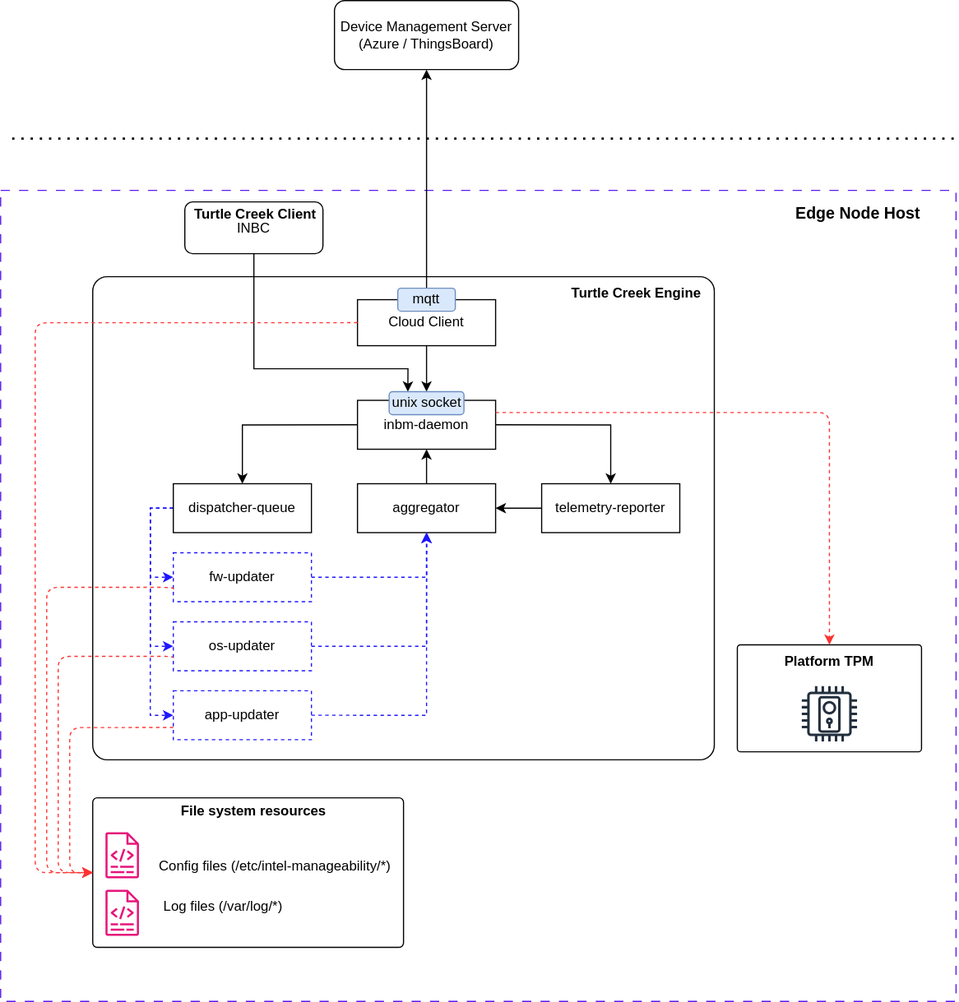
This is INBMv5-architecture.svg from intel/intel-inb-manageability, a draw.io export, as it was before one commit. Source tidied: cells renumbered, new cells last; positions are measured from the earlier drawing's top-left corner, leaving out a move shared by most shapes.
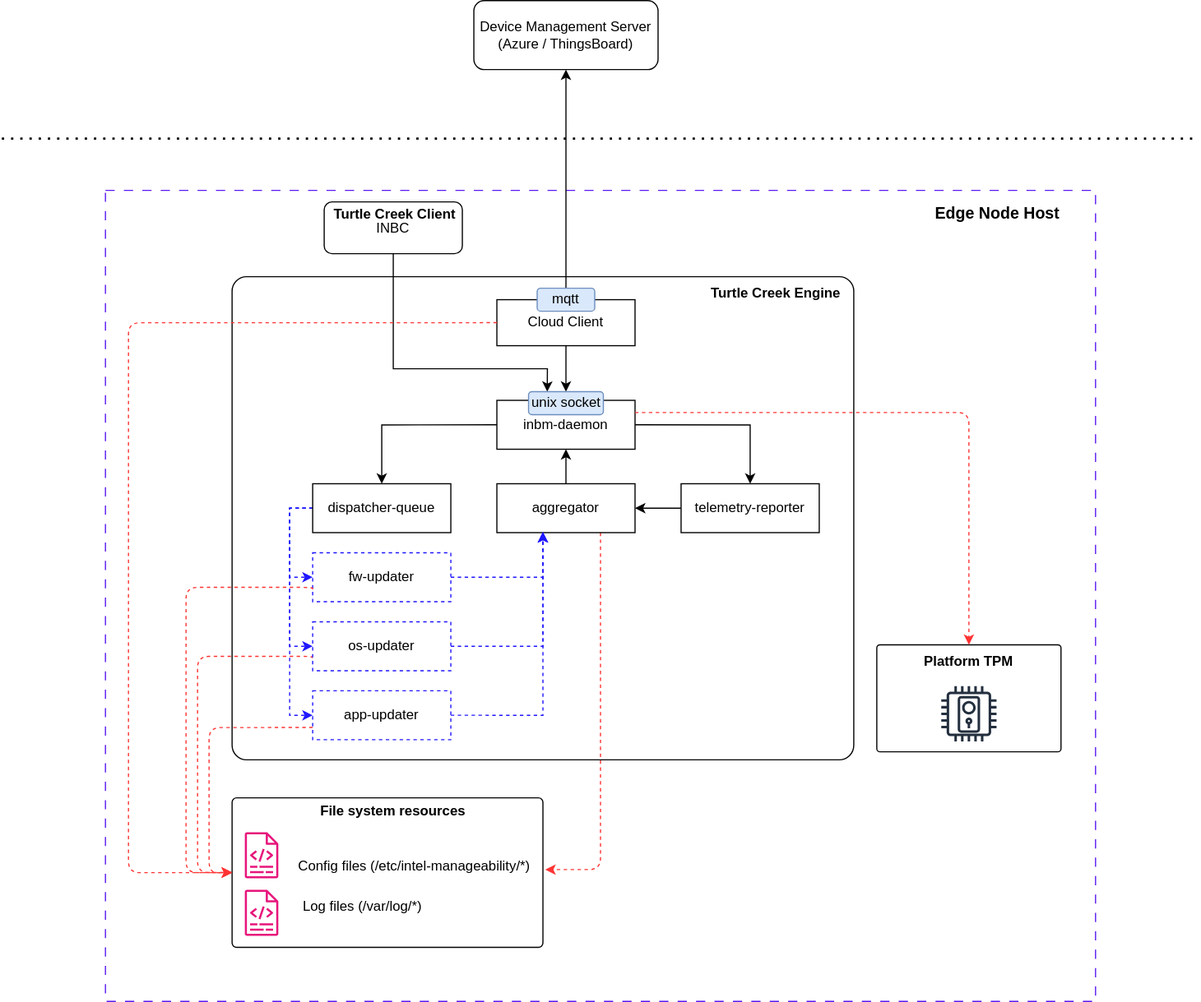
The same file after the commit.

Diff of the diagram source:
```diff
@@ -3,7 +3,7 @@
     <mxCell id="0" />
     <mxCell id="1" parent="0" />
     <mxCell id="2" style="shape=mxgraph.basic.rect;&#10;fillColor=none;&#10;strokeColor=#000000;&#10;strokeWidth=1;&#10;strokeDasharray=5,5;dashed=1;dashPattern=8 8;strokeColor=light-dark(#5918f2, #ededed);" parent="1" vertex="1">
-      <mxGeometry y="165" width="830" height="705" as="geometry" />
+      <mxGeometry x="-30" y="165" width="860" height="705" as="geometry" />
     </mxCell>
     <mxCell id="3" style="rounded=1;whiteSpace=wrap;html=1;arcSize=3;" parent="1" vertex="1">
       <mxGeometry x="80" y="240" width="540" height="420" as="geometry" />
@@ -13,8 +13,8 @@
     </mxCell>
     <mxCell id="5" style="endArrow=none;dashed=1;html=1;dashPattern=1 3;strokeWidth=2;rounded=0;" parent="1" edge="1">
       <mxGeometry relative="1" as="geometry">
-        <mxPoint x="10" y="120" as="sourcePoint" />
-        <mxPoint x="830" y="120" as="targetPoint" />
+        <mxPoint x="-120" y="120" as="sourcePoint" />
+        <mxPoint x="920" y="120" as="targetPoint" />
       </mxGeometry>
     </mxCell>
     <mxCell id="6" value="Turtle Creek Engine" style="text;html=1;align=center;verticalAlign=middle;whiteSpace=wrap;rounded=0;fontStyle=1;" parent="1" vertex="1">
@@ -52,6 +52,13 @@
     <mxCell id="15" style="edgeStyle=orthogonalEdgeStyle;rounded=0;jettySize=auto;html=1;exitX=0;exitY=0.5;exitDx=0;exitDy=0;entryX=0.5;entryY=0;entryDx=0;entryDy=0;" parent="1" edge="1" source="16" target="21">
       <mxGeometry relative="1" as="geometry" />
     </mxCell>
+    <mxCell id="49" style="edgeStyle=orthogonalEdgeStyle;rounded=1;jettySize=auto;html=1;exitX=0.75;exitY=1;exitDx=0;exitDy=0;curved=0;dashed=1;strokeColor=#FF3333;entryX=1.054;entryY=0.58;entryDx=0;entryDy=0;entryPerimeter=0;" parent="1" edge="1" source="23" target="40">
+      <mxGeometry relative="1" as="geometry">
+        <Array as="points">
+          <mxPoint x="400" y="755" />
+        </Array>
+      </mxGeometry>
+    </mxCell>
     <mxCell id="16" value="inbm-daemon" style="rounded=0;whiteSpace=wrap;html=1;" parent="1" vertex="1">
       <mxGeometry x="310" y="347.5" width="120" height="42.5" as="geometry" />
     </mxCell>
@@ -108,14 +115,32 @@
     <mxCell id="30" value="app-updater" style="rounded=0;whiteSpace=wrap;html=1;dashed=1;strokeColor=light-dark(#1F17FF,#EDEDED);" parent="1" vertex="1">
       <mxGeometry x="150" y="600" width="120" height="42.5" as="geometry" />
     </mxCell>
-    <mxCell id="31" style="edgeStyle=orthogonalEdgeStyle;rounded=0;jettySize=auto;html=1;exitX=1;exitY=0.5;exitDx=0;exitDy=0;entryX=0.5;entryY=1;entryDx=0;entryDy=0;dashed=1;strokeColor=#1F17FF;" parent="1" edge="1" source="26" target="23">
-      <mxGeometry relative="1" as="geometry" />
+    <mxCell id="31" style="edgeStyle=orthogonalEdgeStyle;rounded=0;jettySize=auto;html=1;exitX=1;exitY=0.5;exitDx=0;exitDy=0;dashed=1;strokeColor=#1F17FF;" parent="1" edge="1" source="26">
+      <mxGeometry relative="1" as="geometry">
+        <mxPoint x="350" y="463" as="targetPoint" />
+        <Array as="points">
+          <mxPoint x="350" y="501" />
+          <mxPoint x="350" y="462" />
+        </Array>
+      </mxGeometry>
     </mxCell>
-    <mxCell id="32" style="edgeStyle=orthogonalEdgeStyle;rounded=0;jettySize=auto;html=1;exitX=1;exitY=0.5;exitDx=0;exitDy=0;entryX=0.5;entryY=1;entryDx=0;entryDy=0;dashed=1;strokeColor=#1F17FF;" parent="1" edge="1" source="28" target="23">
-      <mxGeometry relative="1" as="geometry" />
+    <mxCell id="32" style="edgeStyle=orthogonalEdgeStyle;rounded=0;jettySize=auto;html=1;exitX=1;exitY=0.5;exitDx=0;exitDy=0;dashed=1;strokeColor=#1F17FF;" parent="1" edge="1" source="28">
+      <mxGeometry relative="1" as="geometry">
+        <mxPoint x="350" y="463" as="targetPoint" />
+        <Array as="points">
+          <mxPoint x="350" y="561" />
+          <mxPoint x="350" y="462" />
+        </Array>
+      </mxGeometry>
     </mxCell>
-    <mxCell id="33" style="edgeStyle=orthogonalEdgeStyle;rounded=0;jettySize=auto;html=1;exitX=1;exitY=0.5;exitDx=0;exitDy=0;entryX=0.5;entryY=1;entryDx=0;entryDy=0;dashed=1;strokeColor=#1F17FF;" parent="1" edge="1" source="30" target="23">
-      <mxGeometry relative="1" as="geometry" />
+    <mxCell id="33" style="edgeStyle=orthogonalEdgeStyle;rounded=0;jettySize=auto;html=1;exitX=1;exitY=0.5;exitDx=0;exitDy=0;dashed=1;strokeColor=#1F17FF;" parent="1" edge="1" source="30">
+      <mxGeometry relative="1" as="geometry">
+        <mxPoint x="350" y="463" as="targetPoint" />
+        <Array as="points">
+          <mxPoint x="350" y="621" />
+          <mxPoint x="350" y="462" />
+        </Array>
+      </mxGeometry>
     </mxCell>
     <mxCell id="34" style="group;" parent="1" vertex="1">
       <mxGeometry x="80" y="690" width="270" height="133" as="geometry" />
@@ -153,8 +178,8 @@
     <mxCell id="45" style="edgeStyle=orthogonalEdgeStyle;rounded=1;jettySize=auto;html=1;exitX=0;exitY=0.5;exitDx=0;exitDy=0;entryX=0;entryY=0.5;entryDx=0;entryDy=0;curved=0;strokeColor=#FF3333;dashed=1;" parent="1" edge="1" source="10" target="35">
       <mxGeometry relative="1" as="geometry">
         <Array as="points">
-          <mxPoint x="30" y="280" />
-          <mxPoint x="30" y="758" />
+          <mxPoint x="-10" y="280" />
+          <mxPoint x="-10" y="758" />
         </Array>
       </mxGeometry>
     </mxCell>
```
